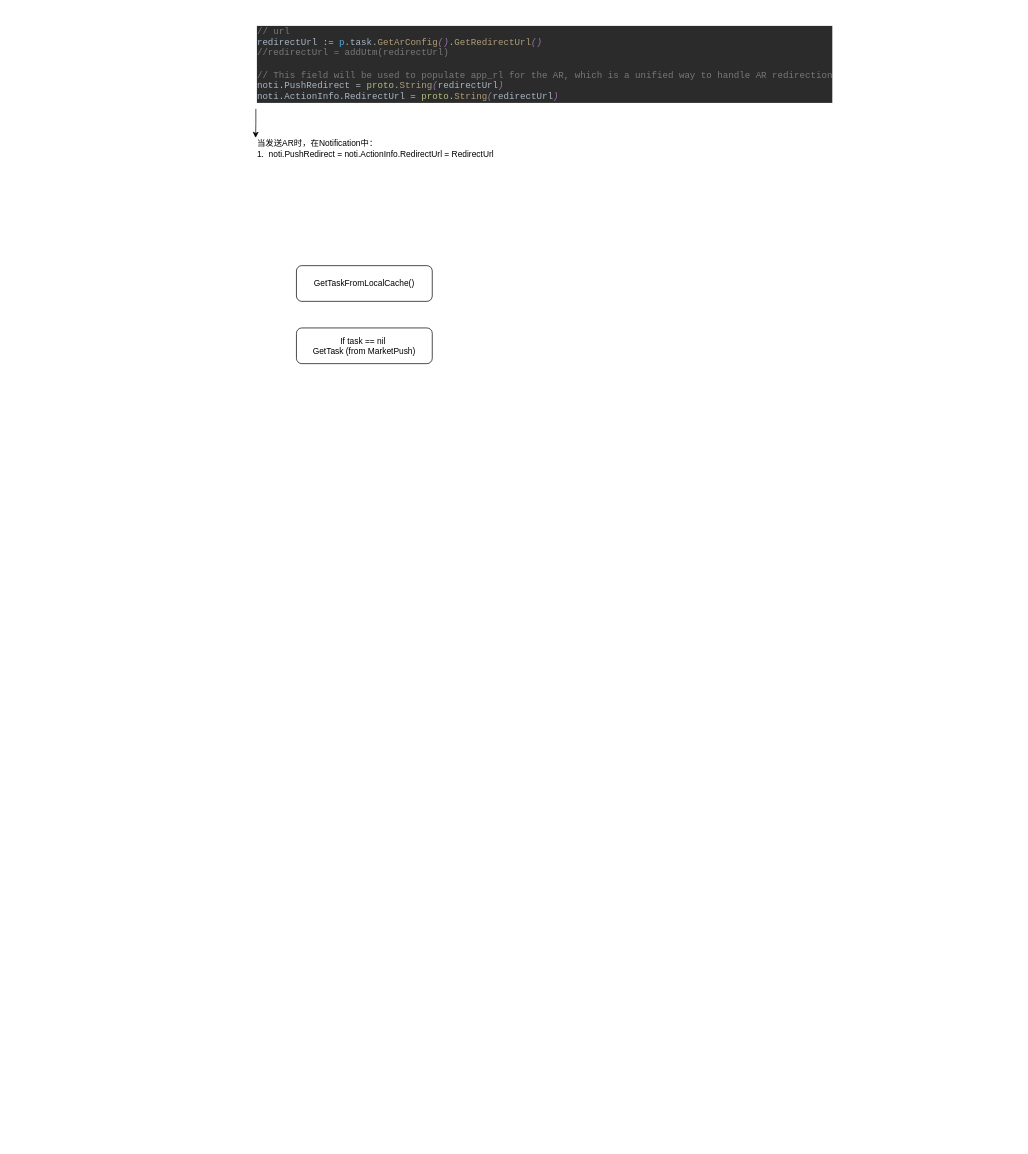
Before: page "AR" (2 of 3) of Gateway.drawio in floatLig/drow.io, a draw.io diagram. Source tidied: cells renumbered, new cells numbered last; positions are measured from the earlier drawing's top-left corner, leaving out a move shared by most shapes. Both pictures are drawn from the tidied source at 70%, with x=0, y=0 at pixel (255, 12).
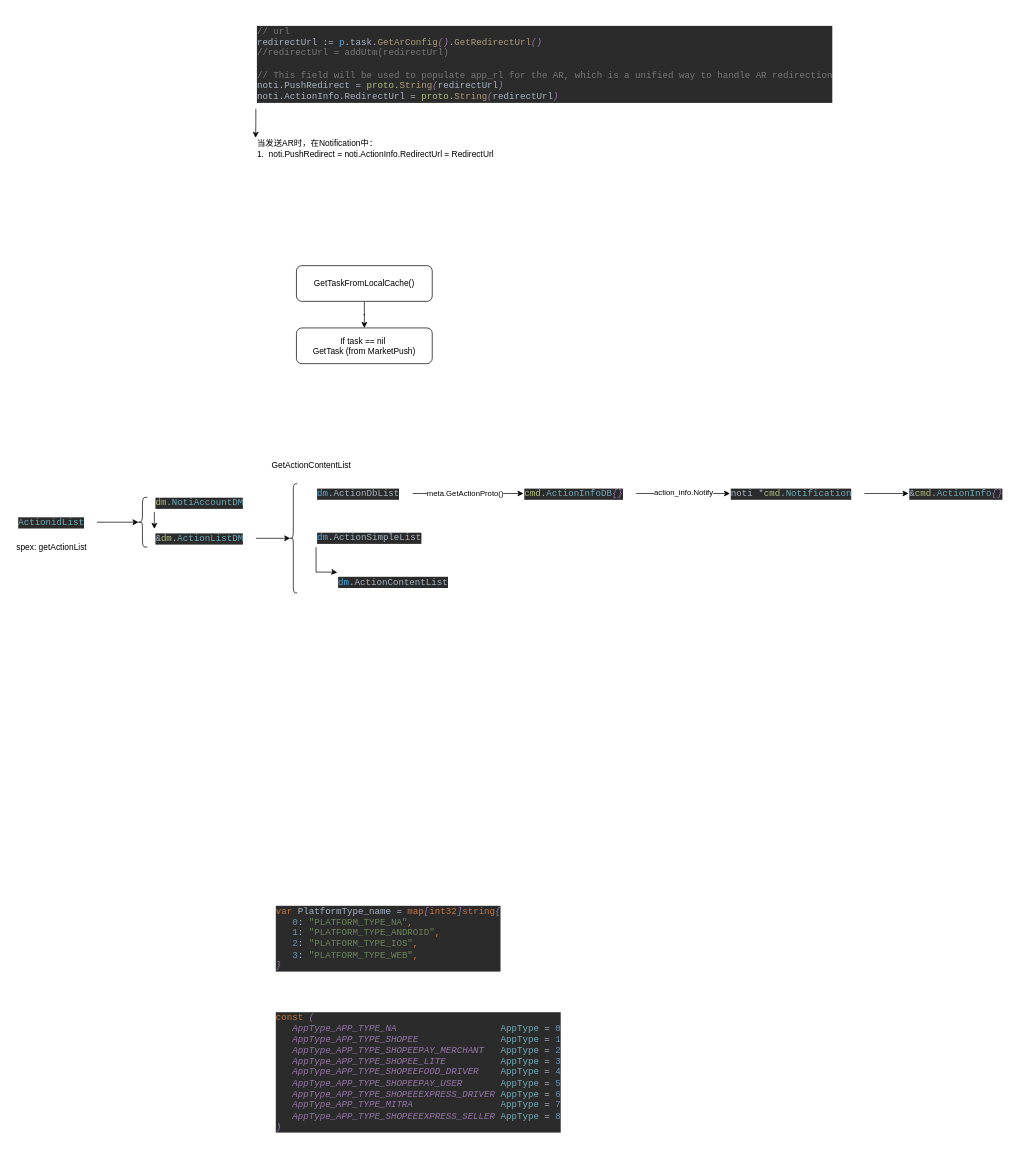
The same page after the edit.

The change refers to these unchanged cells:
```xml
<mxCell id="5" value="GetTaskFromLocalCache()" style="rounded=1;whiteSpace=wrap;html=1;align=center;" parent="1" vertex="1">
  <mxGeometry x="58" y="362" width="194" height="51" as="geometry" />
</mxCell>
<mxCell id="6" value="If task == nil&amp;nbsp;&lt;br&gt;GetTask (from MarketPush)" style="rounded=1;whiteSpace=wrap;html=1;align=center;" parent="1" vertex="1">
  <mxGeometry x="58" y="451" width="194" height="51" as="geometry" />
</mxCell>
```

Change to the diagram source:
```diff
@@
+    <mxCell id="7" style="edgeStyle=orthogonalEdgeStyle;rounded=0;jettySize=auto;html=1;exitX=0.5;exitY=1;exitDx=0;exitDy=0;" parent="1" edge="1" source="5" target="6">
+      <mxGeometry relative="1" as="geometry" />
+    </mxCell>
@@
+    <mxCell id="8" value="GetActionContentList" style="text;html=1;align=center;verticalAlign=middle;strokeColor=none;fillColor=none;" parent="1" vertex="1">
+      <mxGeometry x="17" y="638" width="123" height="18" as="geometry" />
+    </mxCell>
+    <mxCell id="9" style="edgeStyle=orthogonalEdgeStyle;rounded=0;jettySize=auto;html=1;exitX=1;exitY=0.5;exitDx=0;exitDy=0;entryX=0;entryY=0.5;entryDx=0;entryDy=0;" parent="1" edge="1" source="11" target="17">
+      <mxGeometry relative="1" as="geometry" />
+    </mxCell>
+    <mxCell id="10" value="meta.GetActionProto()" style="edgeLabel;html=1;align=center;verticalAlign=middle;" parent="9" vertex="1">
+      <mxGeometry x="-0.06" y="1" relative="1" as="geometry" />
+    </mxCell>
+    <mxCell id="11" value="&lt;pre style=&quot;background-color: #2b2b2b ; color: #a9b7c6 ; font-family: &amp;quot;jetbrains mono&amp;quot; , monospace ; font-size: 9.8pt&quot;&gt;&lt;span style=&quot;color: #4eade5&quot;&gt;dm&lt;/span&gt;.ActionDbList&lt;/pre&gt;" style="text;whiteSpace=wrap;html=1;" parent="1" vertex="1">
+      <mxGeometry x="86" y="660.5" width="138" height="54" as="geometry" />
+    </mxCell>
+    <mxCell id="12" style="edgeStyle=orthogonalEdgeStyle;rounded=0;jettySize=auto;html=1;exitX=0;exitY=0.75;exitDx=0;exitDy=0;entryX=0;entryY=0.25;entryDx=0;entryDy=0;" parent="1" edge="1" source="13" target="14">
+      <mxGeometry relative="1" as="geometry">
+        <Array as="points">
+          <mxPoint x="86.4" y="799.8" />
+          <mxPoint x="111.4" y="799.8" />
+        </Array>
+      </mxGeometry>
+    </mxCell>
+    <mxCell id="13" value="&lt;pre style=&quot;background-color: #2b2b2b ; color: #a9b7c6 ; font-family: &amp;quot;jetbrains mono&amp;quot; , monospace ; font-size: 9.8pt&quot;&gt;&lt;span style=&quot;color: #4eade5&quot;&gt;dm&lt;/span&gt;.ActionSimpleList&lt;/pre&gt;" style="text;whiteSpace=wrap;html=1;" parent="1" vertex="1">
+      <mxGeometry x="86" y="723.8" width="169" height="54" as="geometry" />
+    </mxCell>
+    <mxCell id="14" value="&lt;pre style=&quot;background-color: #2b2b2b ; color: #a9b7c6 ; font-family: &amp;quot;jetbrains mono&amp;quot; , monospace ; font-size: 9.8pt&quot;&gt;&lt;span style=&quot;color: #4eade5&quot;&gt;dm&lt;/span&gt;.ActionContentList&lt;/pre&gt;" style="text;whiteSpace=wrap;html=1;" parent="1" vertex="1">
+      <mxGeometry x="116.4" y="786.8" width="177" height="54" as="geometry" />
+    </mxCell>
+    <mxCell id="15" style="edgeStyle=orthogonalEdgeStyle;rounded=0;jettySize=auto;html=1;exitX=1;exitY=0.5;exitDx=0;exitDy=0;entryX=0;entryY=0.5;entryDx=0;entryDy=0;" parent="1" edge="1" source="17" target="19">
+      <mxGeometry relative="1" as="geometry" />
+    </mxCell>
+    <mxCell id="16" value="action_info.Notify" style="edgeLabel;html=1;align=center;verticalAlign=middle;" parent="15" vertex="1">
+      <mxGeometry x="0.07" y="-1" relative="1" as="geometry">
+        <mxPoint x="-5" y="-3" as="offset" />
+      </mxGeometry>
+    </mxCell>
+    <mxCell id="17" value="&lt;pre style=&quot;background-color: #2b2b2b ; color: #a9b7c6 ; font-family: &amp;quot;jetbrains mono&amp;quot; , monospace ; font-size: 9.8pt&quot;&gt;&lt;span style=&quot;color: #afbf7e&quot;&gt;cmd&lt;/span&gt;.&lt;span style=&quot;color: #6fafbd&quot;&gt;ActionInfoDB&lt;/span&gt;&lt;span style=&quot;color: #9876aa ; font-style: italic&quot;&gt;{}&lt;/span&gt;&lt;/pre&gt;" style="text;whiteSpace=wrap;html=1;" parent="1" vertex="1">
+      <mxGeometry x="382.4" y="660.5" width="161" height="54" as="geometry" />
+    </mxCell>
+    <mxCell id="18" style="edgeStyle=orthogonalEdgeStyle;rounded=0;jettySize=auto;html=1;exitX=1;exitY=0.5;exitDx=0;exitDy=0;entryX=0;entryY=0.5;entryDx=0;entryDy=0;" parent="1" edge="1" source="19" target="20">
+      <mxGeometry relative="1" as="geometry" />
+    </mxCell>
+    <mxCell id="19" value="&lt;pre style=&quot;background-color: #2b2b2b ; color: #a9b7c6 ; font-family: &amp;quot;jetbrains mono&amp;quot; , monospace ; font-size: 9.8pt&quot;&gt;noti *&lt;span style=&quot;color: #afbf7e&quot;&gt;cmd&lt;/span&gt;.&lt;span style=&quot;color: #6fafbd&quot;&gt;Notification&lt;/span&gt;&lt;/pre&gt;" style="text;whiteSpace=wrap;html=1;" parent="1" vertex="1">
+      <mxGeometry x="677.4" y="660.5" width="192" height="54" as="geometry" />
+    </mxCell>
+    <mxCell id="20" value="&lt;pre style=&quot;background-color: #2b2b2b ; color: #a9b7c6 ; font-family: &amp;quot;jetbrains mono&amp;quot; , monospace ; font-size: 9.8pt&quot;&gt;&amp;amp;&lt;span style=&quot;color: #afbf7e&quot;&gt;cmd&lt;/span&gt;.&lt;span style=&quot;color: #6fafbd&quot;&gt;ActionInfo&lt;/span&gt;&lt;span style=&quot;color: #9876aa ; font-style: italic&quot;&gt;{}&lt;/span&gt;&lt;/pre&gt;" style="text;whiteSpace=wrap;html=1;" parent="1" vertex="1">
+      <mxGeometry x="932.4" y="660.5" width="153" height="54" as="geometry" />
+    </mxCell>
+    <mxCell id="21" value="&lt;pre style=&quot;background-color: #2b2b2b ; color: #a9b7c6 ; font-family: &amp;quot;jetbrains mono&amp;quot; , monospace ; font-size: 9.8pt&quot;&gt;&lt;span style=&quot;color: #c7773e&quot;&gt;var &lt;/span&gt;PlatformType_name = &lt;span style=&quot;color: #c7773e&quot;&gt;map&lt;/span&gt;&lt;span style=&quot;color: #9876aa ; font-style: italic&quot;&gt;[&lt;/span&gt;&lt;span style=&quot;color: #c7773e&quot;&gt;int32&lt;/span&gt;&lt;span style=&quot;color: #9876aa ; font-style: italic&quot;&gt;]&lt;/span&gt;&lt;span style=&quot;color: #c7773e&quot;&gt;string&lt;/span&gt;&lt;span style=&quot;color: #9876aa ; font-style: italic&quot;&gt;{&lt;br&gt;&lt;/span&gt;&lt;span style=&quot;color: #9876aa ; font-style: italic&quot;&gt;   &lt;/span&gt;&lt;span style=&quot;color: #6897bb&quot;&gt;0&lt;/span&gt;: &lt;span style=&quot;color: #6a8759&quot;&gt;&quot;PLATFORM_TYPE_NA&quot;&lt;/span&gt;&lt;span style=&quot;color: #cc7832&quot;&gt;,&lt;br&gt;&lt;/span&gt;&lt;span style=&quot;color: #cc7832&quot;&gt;   &lt;/span&gt;&lt;span style=&quot;color: #6897bb&quot;&gt;1&lt;/span&gt;: &lt;span style=&quot;color: #6a8759&quot;&gt;&quot;PLATFORM_TYPE_ANDROID&quot;&lt;/span&gt;&lt;span style=&quot;color: #cc7832&quot;&gt;,&lt;br&gt;&lt;/span&gt;&lt;span style=&quot;color: #cc7832&quot;&gt;   &lt;/span&gt;&lt;span style=&quot;color: #6897bb&quot;&gt;2&lt;/span&gt;: &lt;span style=&quot;color: #6a8759&quot;&gt;&quot;PLATFORM_TYPE_IOS&quot;&lt;/span&gt;&lt;span style=&quot;color: #cc7832&quot;&gt;,&lt;br&gt;&lt;/span&gt;&lt;span style=&quot;color: #cc7832&quot;&gt;   &lt;/span&gt;&lt;span style=&quot;color: #6897bb&quot;&gt;3&lt;/span&gt;: &lt;span style=&quot;color: #6a8759&quot;&gt;&quot;PLATFORM_TYPE_WEB&quot;&lt;/span&gt;&lt;span style=&quot;color: #cc7832&quot;&gt;,&lt;br&gt;&lt;/span&gt;&lt;span style=&quot;color: #9876aa ; font-style: italic&quot;&gt;}&lt;/span&gt;&lt;/pre&gt;" style="text;whiteSpace=wrap;html=1;" parent="1" vertex="1">
+      <mxGeometry x="27" y="1257" width="341" height="124" as="geometry" />
+    </mxCell>
+    <mxCell id="22" value="&lt;pre style=&quot;background-color: #2b2b2b ; color: #a9b7c6 ; font-family: &amp;quot;jetbrains mono&amp;quot; , monospace ; font-size: 9.8pt&quot;&gt;&lt;span style=&quot;color: #c7773e&quot;&gt;const &lt;/span&gt;&lt;span style=&quot;color: #9876aa ; font-style: italic&quot;&gt;(&lt;br&gt;&lt;/span&gt;&lt;span style=&quot;color: #9876aa ; font-style: italic&quot;&gt;   AppType_APP_TYPE_NA                   &lt;/span&gt;&lt;span style=&quot;color: #6fafbd&quot;&gt;AppType &lt;/span&gt;= &lt;span style=&quot;color: #6897bb&quot;&gt;0&lt;br&gt;&lt;/span&gt;&lt;span style=&quot;color: #6897bb&quot;&gt;   &lt;/span&gt;&lt;span style=&quot;color: #9876aa ; font-style: italic&quot;&gt;AppType_APP_TYPE_SHOPEE               &lt;/span&gt;&lt;span style=&quot;color: #6fafbd&quot;&gt;AppType &lt;/span&gt;= &lt;span style=&quot;color: #6897bb&quot;&gt;1&lt;br&gt;&lt;/span&gt;&lt;span style=&quot;color: #6897bb&quot;&gt;   &lt;/span&gt;&lt;span style=&quot;color: #9876aa ; font-style: italic&quot;&gt;AppType_APP_TYPE_SHOPEEPAY_MERCHANT   &lt;/span&gt;&lt;span style=&quot;color: #6fafbd&quot;&gt;AppType &lt;/span&gt;= &lt;span style=&quot;color: #6897bb&quot;&gt;2&lt;br&gt;&lt;/span&gt;&lt;span style=&quot;color: #6897bb&quot;&gt;   &lt;/span&gt;&lt;span style=&quot;color: #9876aa ; font-style: italic&quot;&gt;AppType_APP_TYPE_SHOPEE_LITE          &lt;/span&gt;&lt;span style=&quot;color: #6fafbd&quot;&gt;AppType &lt;/span&gt;= &lt;span style=&quot;color: #6897bb&quot;&gt;3&lt;br&gt;&lt;/span&gt;&lt;span style=&quot;color: #6897bb&quot;&gt;   &lt;/span&gt;&lt;span style=&quot;color: #9876aa ; font-style: italic&quot;&gt;AppType_APP_TYPE_SHOPEEFOOD_DRIVER    &lt;/span&gt;&lt;span style=&quot;color: #6fafbd&quot;&gt;AppType &lt;/span&gt;= &lt;span style=&quot;color: #6897bb&quot;&gt;4&lt;br&gt;&lt;/span&gt;&lt;span style=&quot;color: #6897bb&quot;&gt;   &lt;/span&gt;&lt;span style=&quot;color: #9876aa ; font-style: italic&quot;&gt;AppType_APP_TYPE_SHOPEEPAY_USER       &lt;/span&gt;&lt;span style=&quot;color: #6fafbd&quot;&gt;AppType &lt;/span&gt;= &lt;span style=&quot;color: #6897bb&quot;&gt;5&lt;br&gt;&lt;/span&gt;&lt;span style=&quot;color: #6897bb&quot;&gt;   &lt;/span&gt;&lt;span style=&quot;color: #9876aa ; font-style: italic&quot;&gt;AppType_APP_TYPE_SHOPEEEXPRESS_DRIVER &lt;/span&gt;&lt;span style=&quot;color: #6fafbd&quot;&gt;AppType &lt;/span&gt;= &lt;span style=&quot;color: #6897bb&quot;&gt;6&lt;br&gt;&lt;/span&gt;&lt;span style=&quot;color: #6897bb&quot;&gt;   &lt;/span&gt;&lt;span style=&quot;color: #9876aa ; font-style: italic&quot;&gt;AppType_APP_TYPE_MITRA                &lt;/span&gt;&lt;span style=&quot;color: #6fafbd&quot;&gt;AppType &lt;/span&gt;= &lt;span style=&quot;color: #6897bb&quot;&gt;7&lt;br&gt;&lt;/span&gt;&lt;span style=&quot;color: #6897bb&quot;&gt;   &lt;/span&gt;&lt;span style=&quot;color: #9876aa ; font-style: italic&quot;&gt;AppType_APP_TYPE_SHOPEEEXPRESS_SELLER &lt;/span&gt;&lt;span style=&quot;color: #6fafbd&quot;&gt;AppType &lt;/span&gt;= &lt;span style=&quot;color: #6897bb&quot;&gt;8&lt;br&gt;&lt;/span&gt;&lt;span style=&quot;color: #9876aa ; font-style: italic&quot;&gt;)&lt;/span&gt;&lt;/pre&gt;" style="text;whiteSpace=wrap;html=1;" parent="1" vertex="1">
+      <mxGeometry x="27" y="1409" width="428" height="194" as="geometry" />
+    </mxCell>
+    <mxCell id="23" style="edgeStyle=orthogonalEdgeStyle;rounded=0;jettySize=auto;html=1;exitX=1;exitY=0.5;exitDx=0;exitDy=0;entryX=0.1;entryY=0.5;entryDx=0;entryDy=0;entryPerimeter=0;" parent="1" edge="1" source="24" target="29">
+      <mxGeometry relative="1" as="geometry" />
+    </mxCell>
+    <mxCell id="24" value="&lt;pre style=&quot;background-color: #2b2b2b ; color: #a9b7c6 ; font-family: &amp;quot;jetbrains mono&amp;quot; , monospace ; font-size: 9.8pt&quot;&gt;&amp;amp;&lt;span style=&quot;color: #afbf7e&quot;&gt;dm&lt;/span&gt;.&lt;span style=&quot;color: #6fafbd&quot;&gt;ActionListDM&lt;/span&gt;&lt;/pre&gt;" style="text;whiteSpace=wrap;html=1;" parent="1" vertex="1">
+      <mxGeometry x="-145" y="724.5" width="145" height="54" as="geometry" />
+    </mxCell>
+    <mxCell id="25" style="edgeStyle=orthogonalEdgeStyle;rounded=0;jettySize=auto;html=1;exitX=1;exitY=0.5;exitDx=0;exitDy=0;entryX=0.1;entryY=0.5;entryDx=0;entryDy=0;entryPerimeter=0;" parent="1" edge="1" source="26" target="28">
+      <mxGeometry relative="1" as="geometry" />
+    </mxCell>
+    <mxCell id="26" value="&lt;pre style=&quot;background-color: #2b2b2b ; color: #a9b7c6 ; font-family: &amp;quot;jetbrains mono&amp;quot; , monospace ; font-size: 9.8pt&quot;&gt;&lt;span style=&quot;color: #6fafbd&quot;&gt;ActionidList&lt;/span&gt;&lt;/pre&gt;" style="text;whiteSpace=wrap;html=1;" parent="1" vertex="1">
+      <mxGeometry x="-341" y="701.5" width="114" height="54" as="geometry" />
+    </mxCell>
+    <mxCell id="27" value="&lt;pre style=&quot;background-color: #2b2b2b ; color: #a9b7c6 ; font-family: &amp;quot;jetbrains mono&amp;quot; , monospace ; font-size: 9.8pt&quot;&gt;&lt;span style=&quot;color: #afbf7e&quot;&gt;dm&lt;/span&gt;.&lt;span style=&quot;color: #6fafbd&quot;&gt;NotiAccountDM&lt;/span&gt;&lt;/pre&gt;" style="text;whiteSpace=wrap;html=1;" parent="1" vertex="1">
+      <mxGeometry x="-145" y="673.6" width="145" height="54" as="geometry" />
+    </mxCell>
+    <mxCell id="28" style="shape=curlyBracket;whiteSpace=wrap;html=1;rounded=1;align=center;" parent="1" vertex="1">
+      <mxGeometry x="-169" y="693" width="14" height="71" as="geometry" />
+    </mxCell>
+    <mxCell id="29" style="shape=curlyBracket;whiteSpace=wrap;html=1;rounded=1;align=center;" parent="1" vertex="1">
+      <mxGeometry x="48" y="673.6" width="11" height="155.8" as="geometry" />
+    </mxCell>
+    <mxCell id="30" value="spex: getActionList" style="text;html=1;align=center;verticalAlign=middle;strokeColor=none;fillColor=none;" parent="1" vertex="1">
+      <mxGeometry x="-348" y="755.5" width="111" height="18" as="geometry" />
+    </mxCell>
+    <mxCell id="31" style="edgeStyle=orthogonalEdgeStyle;rounded=0;jettySize=auto;html=1;exitX=0;exitY=0.75;exitDx=0;exitDy=0;entryX=0;entryY=0.25;entryDx=0;entryDy=0;" parent="1" edge="1" source="27" target="24">
+      <mxGeometry relative="1" as="geometry" />
+    </mxCell>
```
